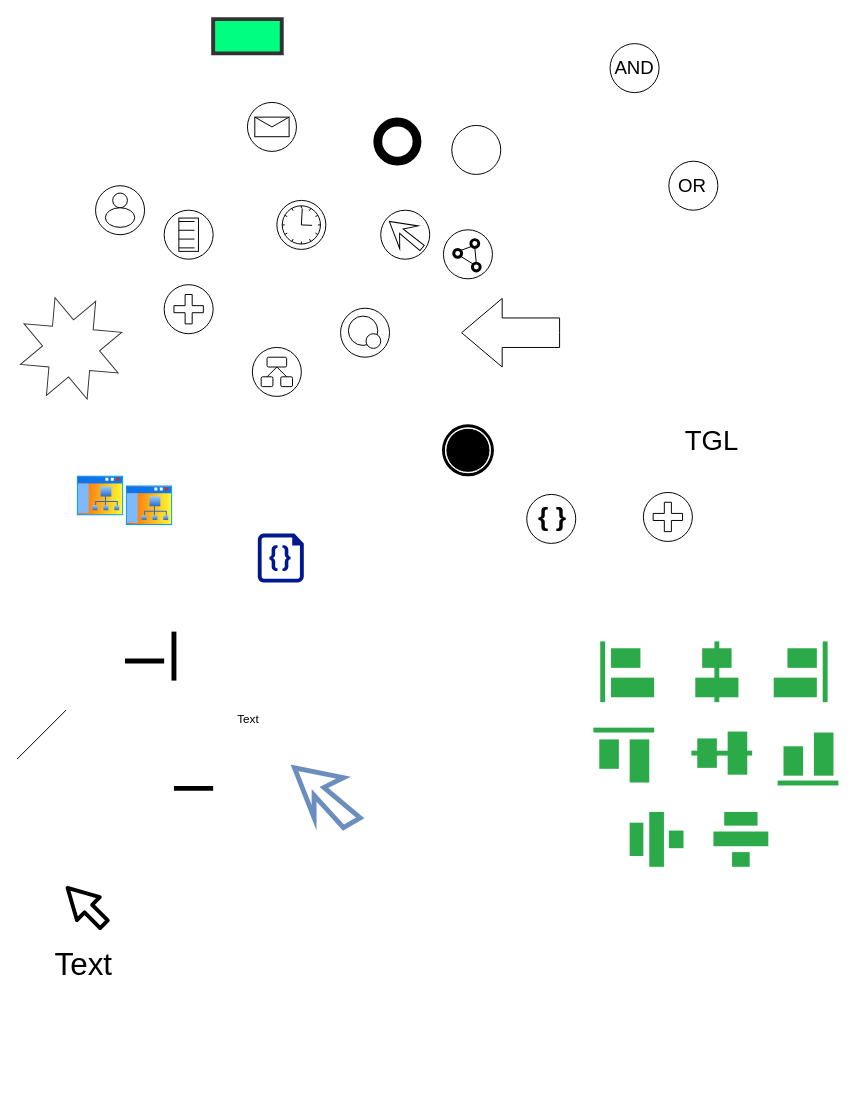
Earlier version of the draw.io diagram assets/icons.drawio (cnshsliu/cocopad). Source tidied: cells renumbered, new cells numbered last; positions are measured from the earlier drawing's top-left corner, leaving out a move shared by most shapes. Both pictures are drawn from the tidied source at 98%, with x=0, y=0 at pixel (17, 19).
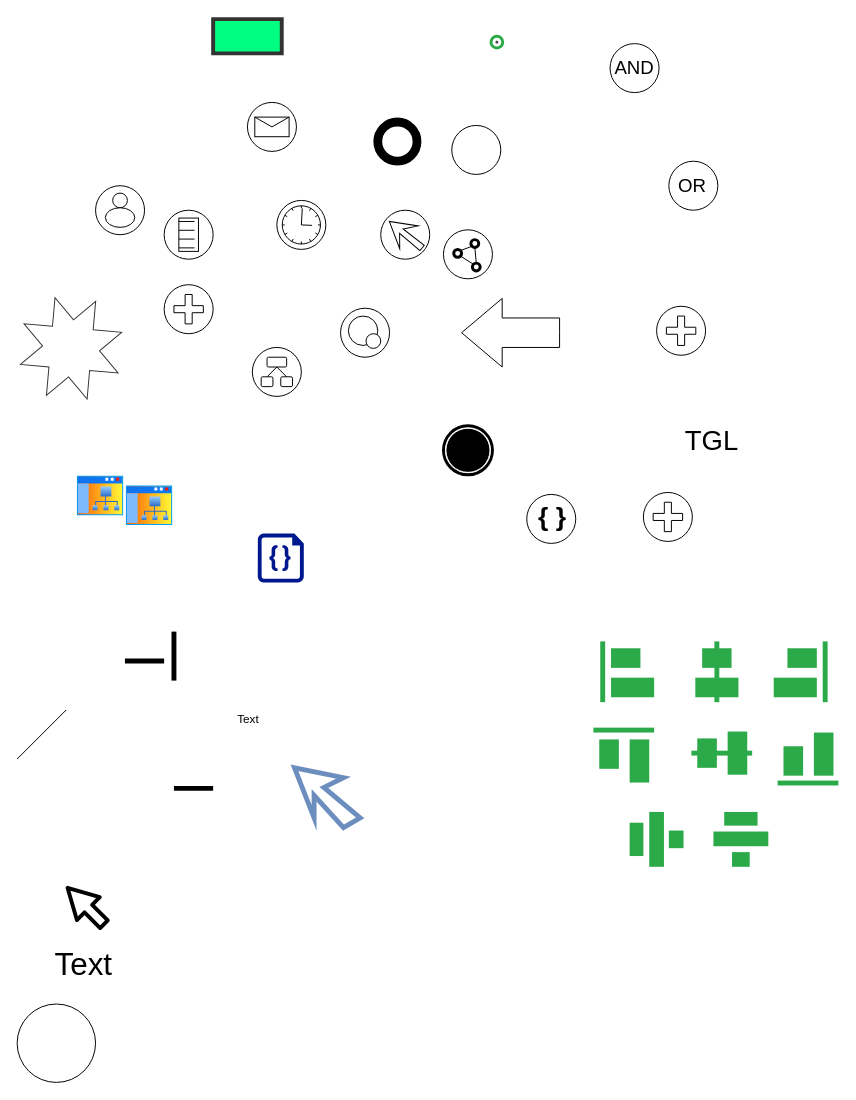
Above is the later version.

Change to the diagram source:
```diff
@@
+    <mxCell id="76" style="shape=mxgraph.bpmn.shape;html=1;verticalLabelPosition=bottom;verticalAlign=middle;align=center;perimeter=ellipsePerimeter;outline=end;symbol=general;strokeWidth=1;fillColor=none;strokeColor=#2CA949;fontColor=#000000;rounded=0;" parent="1" vertex="1">
+      <mxGeometry x="483.5" y="17.5" width="12" height="12" as="geometry" />
+    </mxCell>
+    <mxCell id="77" style="shape=mxgraph.bpmn.shape;html=1;verticalLabelPosition=bottom;labelBackgroundColor=#ffffff;verticalAlign=top;align=center;perimeter=ellipsePerimeter;outline=standard;symbol=parallelMultiple;" parent="1" vertex="1">
+      <mxGeometry x="652.5" y="293" width="50" height="50" as="geometry" />
+    </mxCell>
+    <mxCell id="78" style="ellipse;whiteSpace=wrap;html=1;strokeWidth=1;fillColor=none;" parent="1" vertex="1">
+      <mxGeometry y="1005" width="80" height="80" as="geometry" />
+    </mxCell>
+    <mxCell id="79" style="ellipse;whiteSpace=wrap;html=1;strokeWidth=1;fillColor=none;" parent="1" vertex="1">
+      <mxGeometry x="488.5" y="22.5" width="2" height="2" as="geometry" />
+    </mxCell>
```
